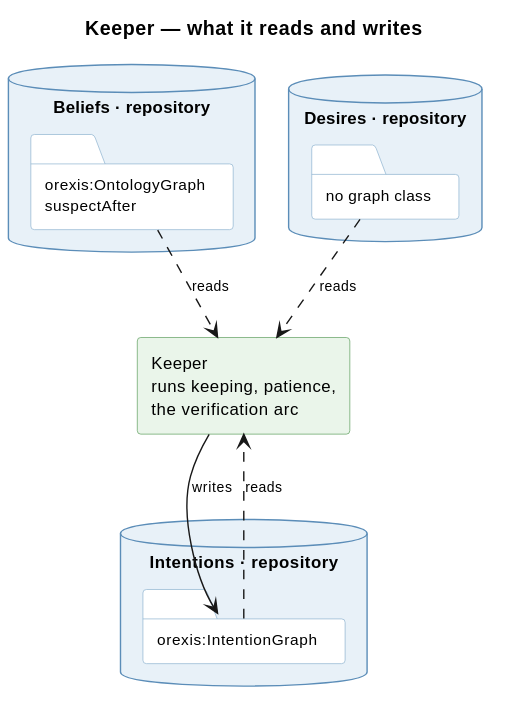
This is knowledge/diagrams/service-keeper.svg from ShishkinDmitriy/orexis, a PlantUML export, as it was before one commit.
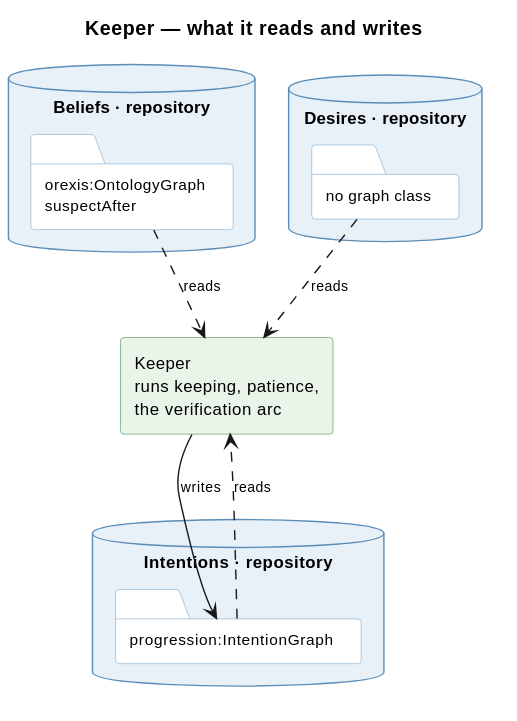
Later version of the same file.

The edit, as a diff of the source:
```diff
@@ -22,7 +22,7 @@
 
 
 database "Intentions · repository" as INT {
-  folder "orexis:IntentionGraph" as I
+  folder "progression:IntentionGraph" as I
 }
 
 database "Beliefs · repository" as BEL {
```
